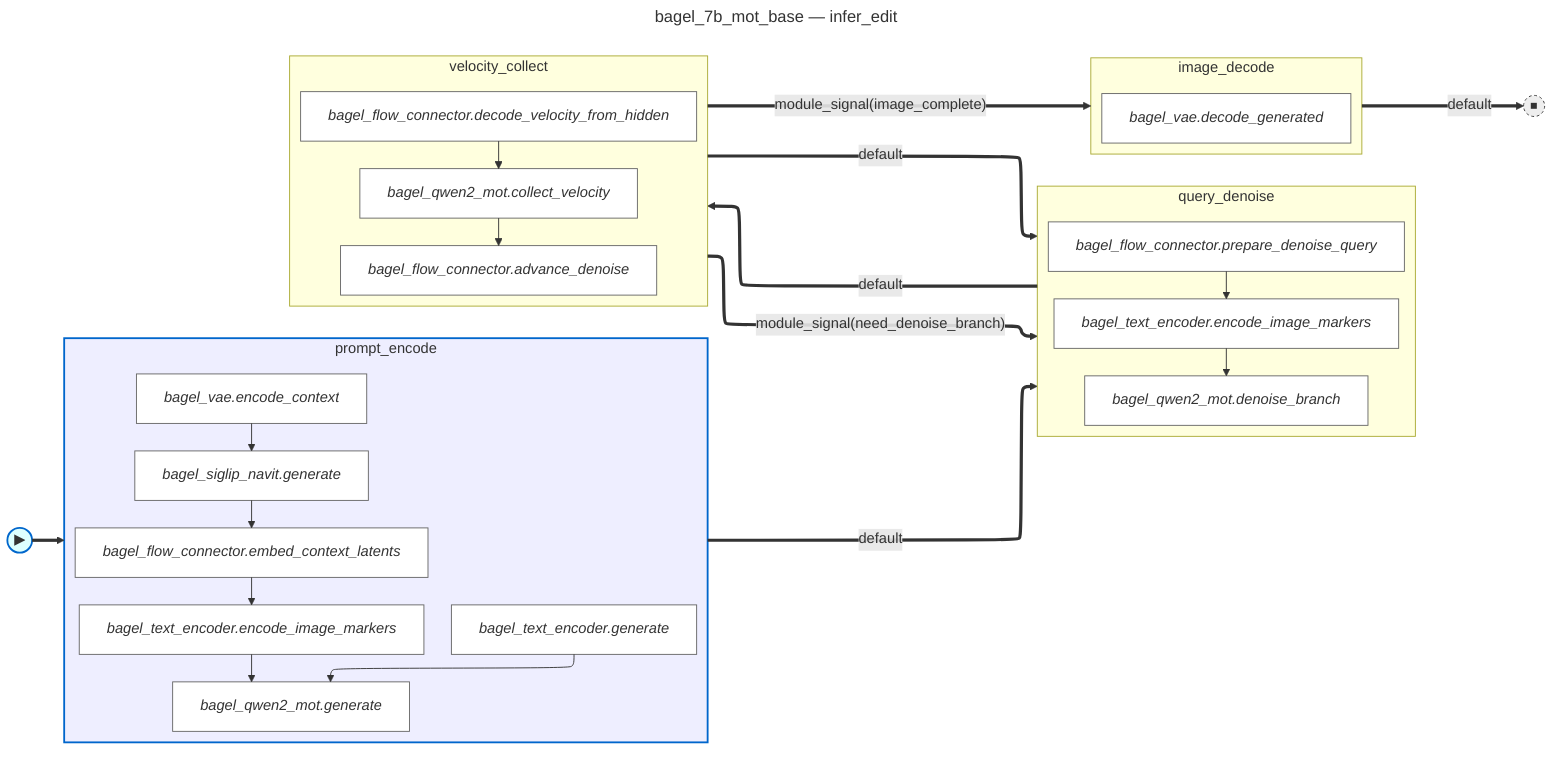
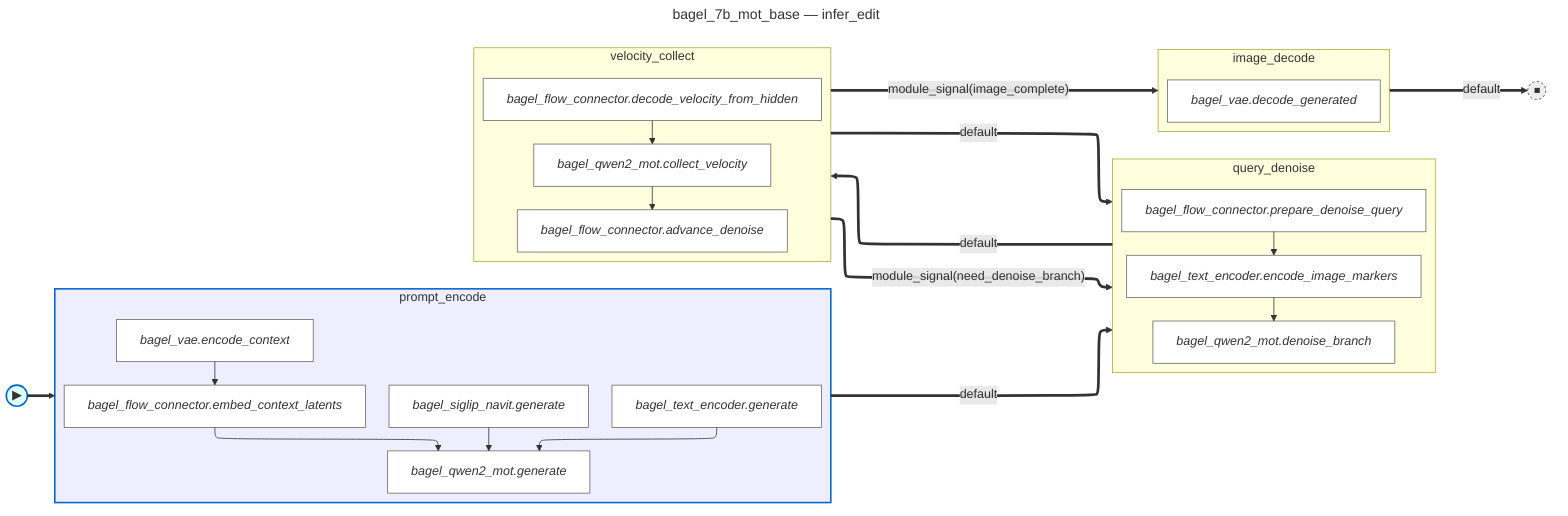
---
title: bagel_7b_mot_base — infer_edit
---
%%{init: {'flowchart': {'defaultRenderer': 'elk'}}}%%
flowchart LR
    fsm_start(("▶")):::fsm_start
    fsm_done(("⏹")):::fsm_terminal
    subgraph state_prompt_encode [prompt_encode]
        direction TB
        prompt_encode__bagel_text_encoder_generate["<i>bagel_text_encoder.generate</i>"]:::body_node
        prompt_encode__bagel_qwen2_mot_generate["<i>bagel_qwen2_mot.generate</i>"]:::body_node
+         prompt_encode__bagel_siglip_navit_generate["<i>bagel_siglip_navit.generate</i>"]:::body_node
        prompt_encode__bagel_vae_encode_context["<i>bagel_vae.encode_context</i>"]:::body_node
-         prompt_encode__bagel_siglip_navit_generate["<i>bagel_siglip_navit.generate</i>"]:::body_node
        prompt_encode__bagel_flow_connector_embed_context_latents["<i>bagel_flow_connector.embed_context_latents</i>"]:::body_node
-         prompt_encode__bagel_text_encoder_encode_image_markers["<i>bagel_text_encoder.encode_image_markers</i>"]:::body_node
        prompt_encode__bagel_text_encoder_generate --> prompt_encode__bagel_qwen2_mot_generate
-         prompt_encode__bagel_vae_encode_context --> prompt_encode__bagel_siglip_navit_generate
-         prompt_encode__bagel_siglip_navit_generate --> prompt_encode__bagel_flow_connector_embed_context_latents
-         prompt_encode__bagel_flow_connector_embed_context_latents --> prompt_encode__bagel_text_encoder_encode_image_markers
-         prompt_encode__bagel_text_encoder_encode_image_markers --> prompt_encode__bagel_qwen2_mot_generate
+         prompt_encode__bagel_siglip_navit_generate --> prompt_encode__bagel_qwen2_mot_generate
+         prompt_encode__bagel_vae_encode_context --> prompt_encode__bagel_flow_connector_embed_context_latents
+         prompt_encode__bagel_flow_connector_embed_context_latents --> prompt_encode__bagel_qwen2_mot_generate
    end
    subgraph state_query_denoise [query_denoise]
        direction TB
        query_denoise__bagel_flow_connector_prepare_denoise_query["<i>bagel_flow_connector.prepare_denoise_query</i>"]:::body_node
        query_denoise__bagel_text_encoder_encode_image_markers["<i>bagel_text_encoder.encode_image_markers</i>"]:::body_node
        query_denoise__bagel_qwen2_mot_denoise_branch["<i>bagel_qwen2_mot.denoise_branch</i>"]:::body_node
        query_denoise__bagel_flow_connector_prepare_denoise_query --> query_denoise__bagel_text_encoder_encode_image_markers
        query_denoise__bagel_text_encoder_encode_image_markers --> query_denoise__bagel_qwen2_mot_denoise_branch
    end
    subgraph state_velocity_collect [velocity_collect]
        direction TB
        velocity_collect__bagel_flow_connector_decode_velocity_from_hidden["<i>bagel_flow_connector.decode_velocity_from_hidden</i>"]:::body_node
        velocity_collect__bagel_qwen2_mot_collect_velocity["<i>bagel_qwen2_mot.collect_velocity</i>"]:::body_node
        velocity_collect__bagel_flow_connector_advance_denoise["<i>bagel_flow_connector.advance_denoise</i>"]:::body_node
        velocity_collect__bagel_flow_connector_decode_velocity_from_hidden --> velocity_collect__bagel_qwen2_mot_collect_velocity
        velocity_collect__bagel_qwen2_mot_collect_velocity --> velocity_collect__bagel_flow_connector_advance_denoise
    end
    subgraph state_image_decode [image_decode]
        direction TB
        image_decode__bagel_vae_decode_generated["<i>bagel_vae.decode_generated</i>"]:::body_node
    end
    fsm_start ==> state_prompt_encode
    state_prompt_encode ==>|"default"| state_query_denoise
    state_query_denoise ==>|"default"| state_velocity_collect
    state_velocity_collect ==>|"module_signal(need_denoise_branch)"| state_query_denoise
    state_velocity_collect ==>|"module_signal(image_complete)"| state_image_decode
    state_velocity_collect ==>|"default"| state_query_denoise
    state_image_decode ==>|"default"| fsm_done
    classDef body_node fill:#fff,stroke:#666
    classDef fsm_start fill:#dff,stroke:#06c,stroke-width:2px
    classDef fsm_terminal fill:#eee,stroke:#333,stroke-width:1px,stroke-dasharray:3 3
    style state_prompt_encode fill:#eef,stroke:#06c,stroke-width:2px
